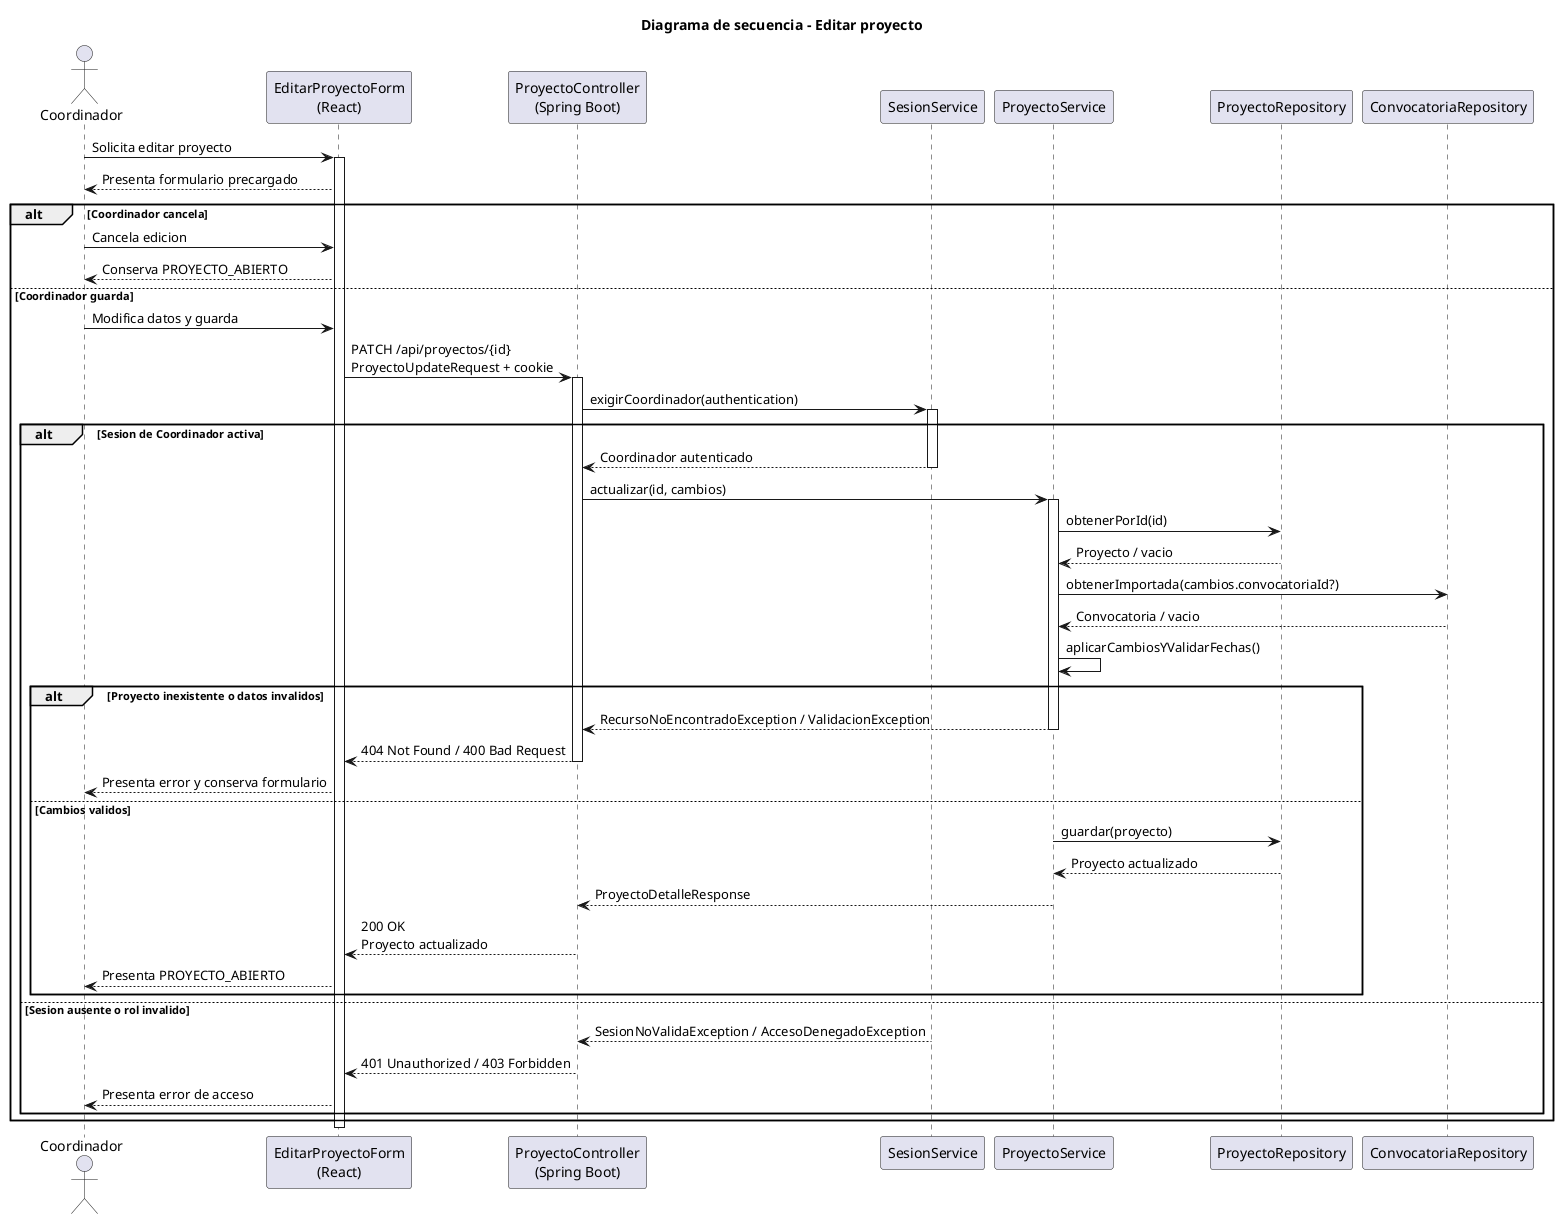
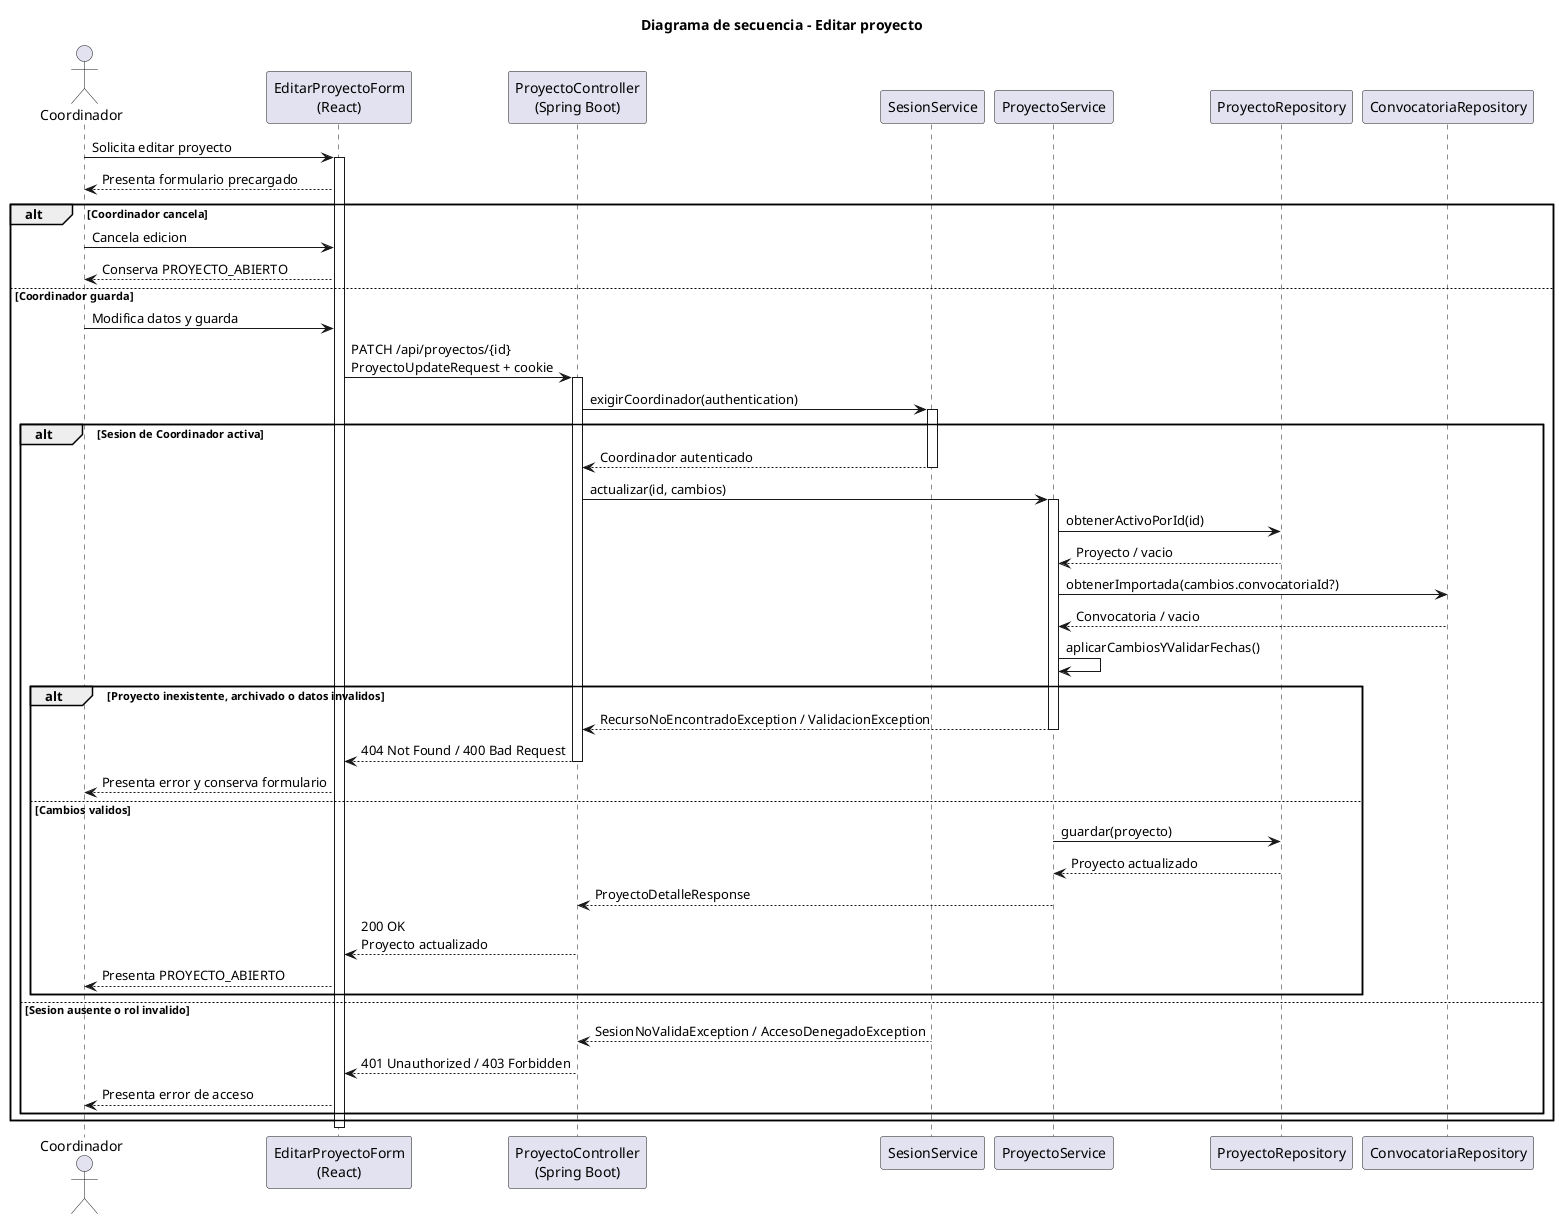
@startuml editarProyecto-coordinador-diseno
title Diagrama de secuencia - Editar proyecto

actor Coordinador
participant "EditarProyectoForm\n(React)" as Frontend
participant "ProyectoController\n(Spring Boot)" as Api
participant "SesionService" as Sesion
participant "ProyectoService" as Service
participant "ProyectoRepository" as Repo
participant "ConvocatoriaRepository" as ConvocatoriaRepo

Coordinador -> Frontend: Solicita editar proyecto
activate Frontend
Frontend --> Coordinador: Presenta formulario precargado
alt Coordinador cancela
    Coordinador -> Frontend: Cancela edicion
    Frontend --> Coordinador: Conserva PROYECTO_ABIERTO
else Coordinador guarda
    Coordinador -> Frontend: Modifica datos y guarda
    Frontend -> Api: PATCH /api/proyectos/{id}\nProyectoUpdateRequest + cookie
    activate Api
    Api -> Sesion: exigirCoordinador(authentication)
    activate Sesion
    alt Sesion de Coordinador activa
        Sesion --> Api: Coordinador autenticado
        deactivate Sesion
        Api -> Service: actualizar(id, cambios)
        activate Service
-         Service -> Repo: obtenerPorId(id)
+         Service -> Repo: obtenerActivoPorId(id)
        Repo --> Service: Proyecto / vacio
        Service -> ConvocatoriaRepo: obtenerImportada(cambios.convocatoriaId?)
        ConvocatoriaRepo --> Service: Convocatoria / vacio
        Service -> Service: aplicarCambiosYValidarFechas()
-         alt Proyecto inexistente o datos invalidos
+         alt Proyecto inexistente, archivado o datos invalidos
            Service --> Api: RecursoNoEncontradoException / ValidacionException
            deactivate Service
            Api --> Frontend: 404 Not Found / 400 Bad Request
            deactivate Api
            Frontend --> Coordinador: Presenta error y conserva formulario
        else Cambios validos
            Service -> Repo: guardar(proyecto)
            Repo --> Service: Proyecto actualizado
            Service --> Api: ProyectoDetalleResponse
            deactivate Service
            Api --> Frontend: 200 OK\nProyecto actualizado
            deactivate Api
            Frontend --> Coordinador: Presenta PROYECTO_ABIERTO
        end
    else Sesion ausente o rol invalido
        Sesion --> Api: SesionNoValidaException / AccesoDenegadoException
        deactivate Sesion
        Api --> Frontend: 401 Unauthorized / 403 Forbidden
        deactivate Api
        Frontend --> Coordinador: Presenta error de acceso
    end
end
deactivate Frontend
@enduml
